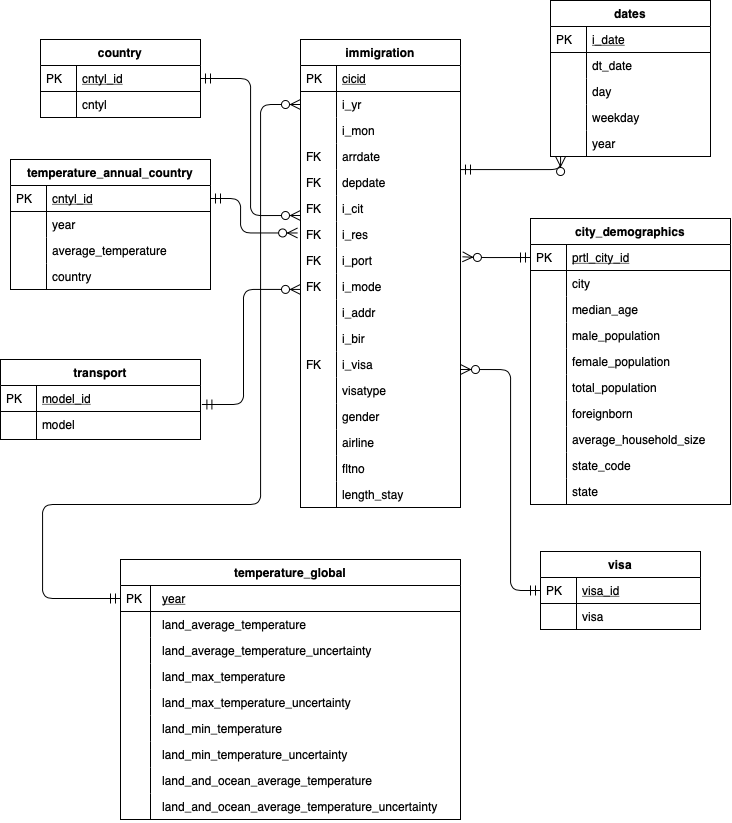
Above: 5-Capstone-Project/images/ERM.png in Xwoe/Udacity-Data-Engineering (draw.io), before the change. Source tidied: cells renumbered, new cells last; positions are measured from the earlier drawing's top-left corner, leaving out a move shared by most shapes.
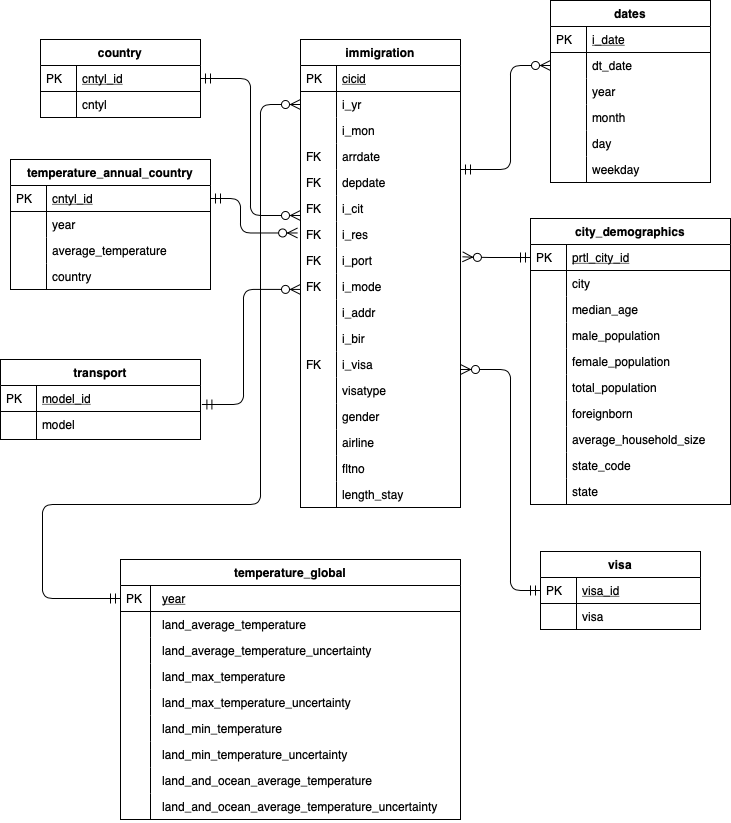
The same file after the commit.

Diff of the diagram source:
```diff
@@ -5,10 +5,11 @@
     <mxCell id="2" style="edgeStyle=orthogonalEdgeStyle;endArrow=ERzeroToMany;startArrow=ERmandOne;shadow=0;strokeWidth=1;endSize=8;startSize=8;exitX=1;exitY=0.5;exitDx=0;exitDy=0;entryX=0;entryY=0.769;entryDx=0;entryDy=0;entryPerimeter=0;" parent="1" edge="1" source="60" target="19">
       <mxGeometry relative="1" as="geometry" />
     </mxCell>
-    <mxCell id="3" style="edgeStyle=orthogonalEdgeStyle;endArrow=ERzeroToMany;startArrow=ERmandOne;shadow=0;strokeWidth=1;endSize=8;startSize=8;" parent="1" edge="1" source="8" target="43">
+    <mxCell id="3" style="edgeStyle=orthogonalEdgeStyle;endArrow=ERzeroToMany;startArrow=ERmandOne;shadow=0;strokeWidth=1;endSize=8;startSize=8;entryX=0;entryY=0.5;entryDx=0;entryDy=0;" parent="1" edge="1" source="8" target="46">
       <mxGeometry relative="1" as="geometry">
         <Array as="points">
-          <mxPoint x="560" y="169" />
+          <mxPoint x="510" y="169" />
+          <mxPoint x="510" y="65" />
         </Array>
       </mxGeometry>
     </mxCell>
@@ -151,7 +152,7 @@
       <mxGeometry width="36" height="26" as="geometry" />
     </mxCell>
     <mxCell id="43" value="dates" style="swimlane;fontStyle=1;horizontal=1;startSize=26;rounded=0;shadow=0;strokeWidth=1;" parent="1" vertex="1">
-      <mxGeometry x="550" width="160" height="156" as="geometry" />
+      <mxGeometry x="550" width="160" height="182" as="geometry" />
     </mxCell>
     <mxCell id="44" value="i_date" style="shape=partialRectangle;top=0;left=0;right=0;bottom=1;align=left;verticalAlign=top;fillColor=none;spacingLeft=40;spacingRight=4;overflow=hidden;rounded=0;shadow=0;strokeWidth=1;fontStyle=4;" parent="43" vertex="1">
       <mxGeometry y="26" width="160" height="26" as="geometry" />
@@ -165,24 +166,30 @@
     <mxCell id="47" style="shape=partialRectangle;top=0;left=0;bottom=0;fillColor=none;align=left;verticalAlign=top;spacingLeft=4;spacingRight=4;overflow=hidden;" parent="46" vertex="1">
       <mxGeometry width="36" height="26" as="geometry" />
     </mxCell>
-    <mxCell id="48" value="day" style="shape=partialRectangle;top=0;left=0;right=0;bottom=0;align=left;verticalAlign=top;fillColor=none;spacingLeft=40;spacingRight=4;overflow=hidden;rounded=0;shadow=0;strokeWidth=1;" parent="43" vertex="1">
+    <mxCell id="48" value="year" style="shape=partialRectangle;top=0;left=0;right=0;bottom=0;align=left;verticalAlign=top;fillColor=none;spacingLeft=40;spacingRight=4;overflow=hidden;rounded=0;shadow=0;strokeWidth=1;" parent="43" vertex="1">
       <mxGeometry y="78" width="160" height="26" as="geometry" />
     </mxCell>
     <mxCell id="49" style="shape=partialRectangle;top=0;left=0;bottom=0;fillColor=none;align=left;verticalAlign=top;spacingLeft=4;spacingRight=4;overflow=hidden;" parent="48" vertex="1">
       <mxGeometry width="36" height="26" as="geometry" />
     </mxCell>
-    <mxCell id="50" value="weekday" style="shape=partialRectangle;top=0;left=0;right=0;bottom=0;align=left;verticalAlign=top;fillColor=none;spacingLeft=40;spacingRight=4;overflow=hidden;rounded=0;shadow=0;strokeWidth=1;" parent="43" vertex="1">
+    <mxCell id="50" value="month" style="shape=partialRectangle;top=0;left=0;right=0;bottom=0;align=left;verticalAlign=top;fillColor=none;spacingLeft=40;spacingRight=4;overflow=hidden;rounded=0;shadow=0;strokeWidth=1;" parent="43" vertex="1">
       <mxGeometry y="104" width="160" height="26" as="geometry" />
     </mxCell>
     <mxCell id="51" style="shape=partialRectangle;top=0;left=0;bottom=0;fillColor=none;align=left;verticalAlign=top;spacingLeft=4;spacingRight=4;overflow=hidden;" parent="50" vertex="1">
       <mxGeometry width="36" height="26" as="geometry" />
     </mxCell>
-    <mxCell id="52" value="year" style="shape=partialRectangle;top=0;left=0;right=0;bottom=0;align=left;verticalAlign=top;fillColor=none;spacingLeft=40;spacingRight=4;overflow=hidden;rounded=0;shadow=0;strokeWidth=1;" parent="43" vertex="1">
+    <mxCell id="52" value="day" style="shape=partialRectangle;top=0;left=0;right=0;bottom=0;align=left;verticalAlign=top;fillColor=none;spacingLeft=40;spacingRight=4;overflow=hidden;rounded=0;shadow=0;strokeWidth=1;" parent="43" vertex="1">
       <mxGeometry y="130" width="160" height="26" as="geometry" />
     </mxCell>
     <mxCell id="53" style="shape=partialRectangle;top=0;left=0;bottom=0;fillColor=none;align=left;verticalAlign=top;spacingLeft=4;spacingRight=4;overflow=hidden;" parent="52" vertex="1">
       <mxGeometry width="36" height="26" as="geometry" />
     </mxCell>
+    <mxCell id="119" value="weekday" style="shape=partialRectangle;top=0;left=0;right=0;bottom=0;align=left;verticalAlign=top;fillColor=none;spacingLeft=40;spacingRight=4;overflow=hidden;rounded=0;shadow=0;strokeWidth=1;" parent="43" vertex="1">
+      <mxGeometry y="156" width="160" height="26" as="geometry" />
+    </mxCell>
+    <mxCell id="120" style="shape=partialRectangle;top=0;left=0;bottom=0;fillColor=none;align=left;verticalAlign=top;spacingLeft=4;spacingRight=4;overflow=hidden;" parent="119" vertex="1">
+      <mxGeometry width="36" height="26" as="geometry" />
+    </mxCell>
     <mxCell id="54" value="visa" style="swimlane;fontStyle=1;horizontal=1;startSize=26;rounded=0;shadow=0;strokeWidth=1;" parent="1" vertex="1">
       <mxGeometry x="540" y="551" width="160" height="78" as="geometry" />
     </mxCell>
```
